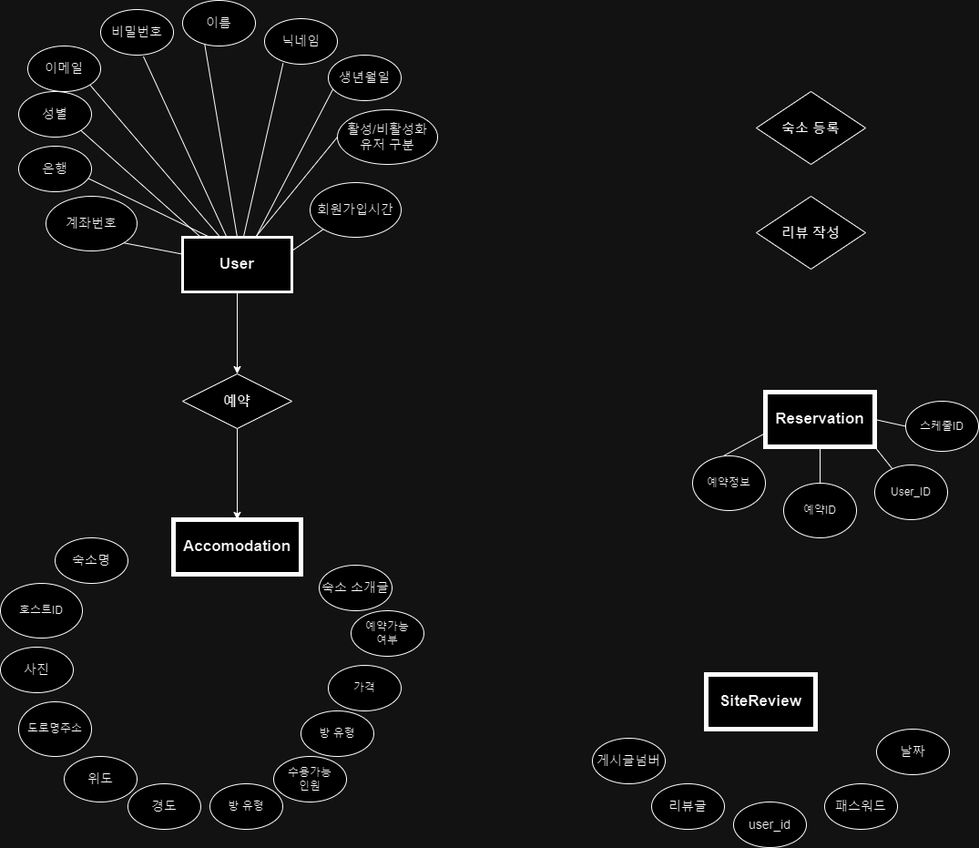
beyond-sw-camp/be02-1st-MTM-cityCamp keeps this draw.io diagram as campingOnTop.drawio.png. Above is the earlier version. Source tidied: cells renumbered, new cells last; positions are measured from the earlier drawing's top-left corner, leaving out a move shared by most shapes.
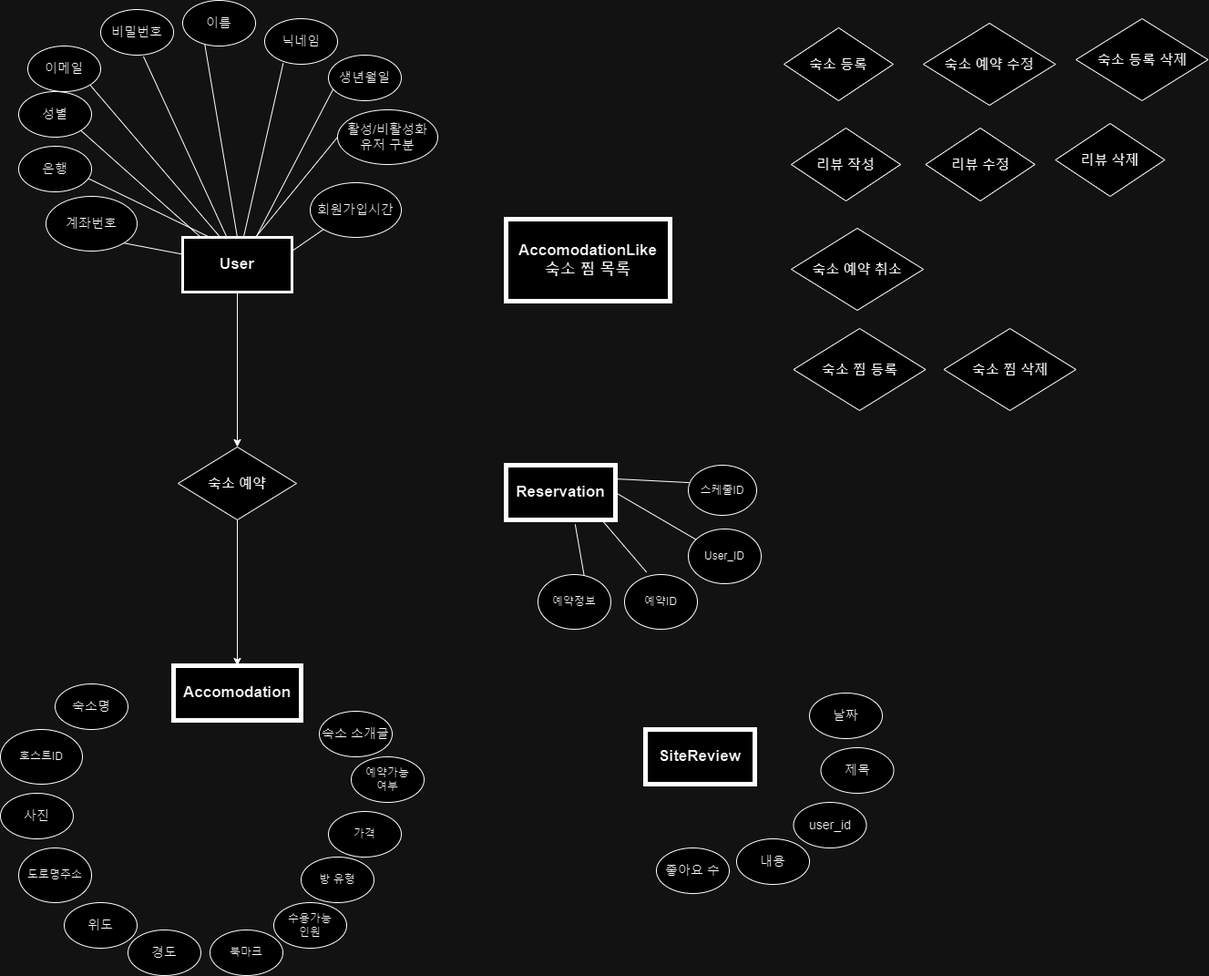
The same diagram one commit later.

The edit, as a diff of the source:
```diff
@@ -9,28 +9,28 @@
       <mxGeometry x="200" y="260" width="120" height="60" as="geometry" />
     </mxCell>
     <mxCell id="4" value="&lt;b&gt;&lt;font style=&quot;font-size: 17px;&quot;&gt;Reservation&lt;/font&gt;&lt;/b&gt;" style="rounded=0;whiteSpace=wrap;html=1;strokeWidth=5;" parent="1" vertex="1">
-      <mxGeometry x="840" y="430" width="120" height="60" as="geometry" />
+      <mxGeometry x="555" y="510" width="120" height="60" as="geometry" />
     </mxCell>
     <mxCell id="5" value="&lt;b&gt;&lt;font style=&quot;font-size: 17px;&quot;&gt;SiteReview&lt;br&gt;&lt;/font&gt;&lt;/b&gt;" style="rounded=0;whiteSpace=wrap;html=1;strokeWidth=5;" parent="1" vertex="1">
-      <mxGeometry x="775" y="740" width="120" height="60" as="geometry" />
+      <mxGeometry x="708" y="800" width="120" height="60" as="geometry" />
     </mxCell>
     <mxCell id="6" value="&lt;b&gt;&lt;font style=&quot;font-size: 15px;&quot;&gt;숙소 등록&lt;/font&gt;&lt;/b&gt;" style="rhombus;whiteSpace=wrap;html=1;" parent="1" vertex="1">
-      <mxGeometry x="830" y="100" width="120" height="80" as="geometry" />
+      <mxGeometry x="860" y="30" width="120" height="80" as="geometry" />
     </mxCell>
     <mxCell id="7" value="&lt;span style=&quot;font-size: 14px;&quot;&gt;숙소 소개글&lt;/span&gt;" style="ellipse;whiteSpace=wrap;html=1;" parent="1" vertex="1">
-      <mxGeometry x="350" y="620" width="80" height="50" as="geometry" />
+      <mxGeometry x="350" y="780" width="80" height="50" as="geometry" />
     </mxCell>
     <mxCell id="8" value="&lt;span style=&quot;font-size: 14px;&quot;&gt;사진&lt;br&gt;&lt;/span&gt;" style="ellipse;whiteSpace=wrap;html=1;" parent="1" vertex="1">
-      <mxGeometry y="710" width="80" height="50" as="geometry" />
+      <mxGeometry y="870" width="80" height="50" as="geometry" />
     </mxCell>
     <mxCell id="9" value="예약가능&lt;br&gt;여부" style="ellipse;whiteSpace=wrap;html=1;" parent="1" vertex="1">
-      <mxGeometry x="385" y="670" width="80" height="50" as="geometry" />
+      <mxGeometry x="385" y="830" width="80" height="50" as="geometry" />
     </mxCell>
     <mxCell id="10" value="가격" style="ellipse;whiteSpace=wrap;html=1;" parent="1" vertex="1">
-      <mxGeometry x="360" y="730" width="80" height="50" as="geometry" />
+      <mxGeometry x="360" y="890" width="80" height="50" as="geometry" />
     </mxCell>
     <mxCell id="11" value="User_ID" style="ellipse;whiteSpace=wrap;html=1;" parent="1" vertex="1">
-      <mxGeometry x="960" y="510" width="80" height="60" as="geometry" />
+      <mxGeometry x="755" y="580" width="80" height="60" as="geometry" />
     </mxCell>
     <mxCell id="12" style="endArrow=none;html=1;rounded=0;entryX=1;entryY=1;entryDx=0;entryDy=0;exitX=0.342;exitY=-0.006;exitDx=0;exitDy=0;exitPerimeter=0;" parent="1" edge="1" source="3" target="51">
       <mxGeometry relative="1" as="geometry" />
@@ -48,10 +48,10 @@
       <mxGeometry relative="1" as="geometry" />
     </mxCell>
     <mxCell id="17" value="예약ID" style="ellipse;whiteSpace=wrap;html=1;" parent="1" vertex="1">
-      <mxGeometry x="860" y="530" width="80" height="60" as="geometry" />
+      <mxGeometry x="685" y="630" width="80" height="60" as="geometry" />
     </mxCell>
     <mxCell id="18" value="&lt;span style=&quot;font-size: 14px;&quot;&gt;user_id&lt;/span&gt;" style="ellipse;whiteSpace=wrap;html=1;" parent="1" vertex="1">
-      <mxGeometry x="805" y="880" width="80" height="50" as="geometry" />
+      <mxGeometry x="870.5" y="880" width="80" height="50" as="geometry" />
     </mxCell>
     <mxCell id="19" value="&lt;font style=&quot;font-size: 14px;&quot;&gt;비밀번호&lt;/font&gt;" style="ellipse;whiteSpace=wrap;html=1;" parent="1" vertex="1">
       <mxGeometry x="110" y="10" width="80" height="50" as="geometry" />
@@ -59,16 +59,16 @@
     <mxCell id="20" style="edgeStyle=orthogonalEdgeStyle;rounded=0;jettySize=auto;html=1;entryX=0.5;entryY=0;entryDx=0;entryDy=0;" parent="1" edge="1" source="21" target="47">
       <mxGeometry relative="1" as="geometry" />
     </mxCell>
-    <mxCell id="21" value="&lt;b&gt;&lt;font style=&quot;font-size: 15px;&quot;&gt;예약&lt;/font&gt;&lt;/b&gt;" style="rhombus;whiteSpace=wrap;html=1;" parent="1" vertex="1">
-      <mxGeometry x="200" y="410" width="120" height="60" as="geometry" />
+    <mxCell id="21" value="&lt;b&gt;&lt;font style=&quot;font-size: 15px;&quot;&gt;숙소 예약&lt;/font&gt;&lt;/b&gt;" style="rhombus;whiteSpace=wrap;html=1;" parent="1" vertex="1">
+      <mxGeometry x="195" y="490" width="130" height="80" as="geometry" />
     </mxCell>
     <mxCell id="22" value="&lt;span style=&quot;font-size: 14px;&quot;&gt;활성/비활성화 &lt;br&gt;유저 구분&lt;/span&gt;" style="ellipse;whiteSpace=wrap;html=1;" parent="1" vertex="1">
       <mxGeometry x="370" y="120" width="110" height="60" as="geometry" />
     </mxCell>
     <mxCell id="23" value="&lt;font style=&quot;font-size: 14px;&quot;&gt;날짜&lt;/font&gt;" style="ellipse;whiteSpace=wrap;html=1;" parent="1" vertex="1">
-      <mxGeometry x="962" y="800" width="80" height="50" as="geometry" />
+      <mxGeometry x="888" y="760" width="80" height="50" as="geometry" />
     </mxCell>
-    <mxCell id="24" style="endArrow=none;html=1;rounded=0;exitX=1;exitY=0.5;exitDx=0;exitDy=0;entryX=0;entryY=0.5;entryDx=0;entryDy=0;" parent="1" edge="1" source="4" target="54">
+    <mxCell id="24" style="endArrow=none;html=1;rounded=0;exitX=1;exitY=0.25;exitDx=0;exitDy=0;entryX=0.015;entryY=0.347;entryDx=0;entryDy=0;entryPerimeter=0;" parent="1" edge="1" source="4" target="54">
       <mxGeometry relative="1" as="geometry" />
     </mxCell>
     <mxCell id="25" style="endArrow=none;html=1;rounded=0;entryX=0.588;entryY=1.033;entryDx=0;entryDy=0;entryPerimeter=0;exitX=0.403;exitY=-0.006;exitDx=0;exitDy=0;exitPerimeter=0;" parent="1" edge="1" source="3" target="19">
@@ -78,42 +78,39 @@
       <mxGeometry relative="1" as="geometry" />
     </mxCell>
     <mxCell id="27" value="&lt;font style=&quot;font-size: 15px;&quot;&gt;&lt;b&gt;리뷰 작성&lt;/b&gt;&lt;/font&gt;" style="rhombus;whiteSpace=wrap;html=1;" parent="1" vertex="1">
-      <mxGeometry x="830" y="215" width="120" height="80" as="geometry" />
+      <mxGeometry x="868" y="140" width="120" height="80" as="geometry" />
     </mxCell>
-    <mxCell id="28" style="endArrow=none;html=1;rounded=0;entryX=0.5;entryY=1;entryDx=0;entryDy=0;exitX=0.5;exitY=0;exitDx=0;exitDy=0;" parent="1" edge="1" source="17" target="4">
-      <mxGeometry relative="1" as="geometry" />
-    </mxCell>
     <mxCell id="29" value="&lt;span style=&quot;font-size: 14px;&quot;&gt;숙소명&lt;/span&gt;" style="ellipse;whiteSpace=wrap;html=1;" parent="1" vertex="1">
-      <mxGeometry x="60" y="590" width="80" height="50" as="geometry" />
+      <mxGeometry x="60" y="750" width="80" height="50" as="geometry" />
     </mxCell>
     <mxCell id="30" value="&lt;span style=&quot;font-size: 14px;&quot;&gt;경도&lt;br&gt;&lt;/span&gt;" style="ellipse;whiteSpace=wrap;html=1;" parent="1" vertex="1">
-      <mxGeometry x="140" y="860" width="80" height="50" as="geometry" />
+      <mxGeometry x="140" y="1020" width="80" height="50" as="geometry" />
     </mxCell>
     <mxCell id="31" value="도로명주소" style="ellipse;whiteSpace=wrap;html=1;" parent="1" vertex="1">
-      <mxGeometry x="20" y="770" width="80" height="60" as="geometry" />
+      <mxGeometry x="20" y="930" width="80" height="60" as="geometry" />
     </mxCell>
     <mxCell id="32" style="endArrow=none;html=1;rounded=0;entryX=0;entryY=0.5;entryDx=0;entryDy=0;" parent="1" edge="1" target="22">
       <mxGeometry relative="1" as="geometry">
         <mxPoint x="280" y="260" as="sourcePoint" />
       </mxGeometry>
     </mxCell>
-    <mxCell id="33" style="endArrow=none;html=1;rounded=0;entryX=1;entryY=1;entryDx=0;entryDy=0;" parent="1" edge="1" source="11" target="4">
+    <mxCell id="33" style="endArrow=none;html=1;rounded=0;entryX=1;entryY=0.5;entryDx=0;entryDy=0;" parent="1" edge="1" source="11" target="4">
       <mxGeometry relative="1" as="geometry" />
     </mxCell>
-    <mxCell id="34" value="&lt;span style=&quot;font-size: 14px;&quot;&gt;리뷰글&lt;/span&gt;" style="ellipse;whiteSpace=wrap;html=1;" parent="1" vertex="1">
-      <mxGeometry x="715" y="860" width="80" height="50" as="geometry" />
+    <mxCell id="34" value="&lt;span style=&quot;font-size: 14px;&quot;&gt;제목&lt;/span&gt;" style="ellipse;whiteSpace=wrap;html=1;" parent="1" vertex="1">
+      <mxGeometry x="900.5" y="820" width="80" height="50" as="geometry" />
     </mxCell>
     <mxCell id="35" value="&lt;font style=&quot;font-size: 14px;&quot;&gt;성별&lt;/font&gt;" style="ellipse;whiteSpace=wrap;html=1;" parent="1" vertex="1">
       <mxGeometry x="20" y="100" width="80" height="50" as="geometry" />
     </mxCell>
     <mxCell id="36" value="수용가능&lt;br&gt;인원" style="ellipse;whiteSpace=wrap;html=1;" parent="1" vertex="1">
-      <mxGeometry x="300" y="830" width="80" height="50" as="geometry" />
+      <mxGeometry x="300" y="990" width="80" height="50" as="geometry" />
     </mxCell>
     <mxCell id="37" value="&lt;span style=&quot;font-size: 14px;&quot;&gt;위도&lt;br&gt;&lt;/span&gt;" style="ellipse;whiteSpace=wrap;html=1;" parent="1" vertex="1">
-      <mxGeometry x="70" y="830" width="80" height="50" as="geometry" />
+      <mxGeometry x="70" y="990" width="80" height="50" as="geometry" />
     </mxCell>
-    <mxCell id="38" value="방 유형" style="ellipse;whiteSpace=wrap;html=1;" parent="1" vertex="1">
-      <mxGeometry x="230" y="860" width="80" height="50" as="geometry" />
+    <mxCell id="38" value="북마크" style="ellipse;whiteSpace=wrap;html=1;fontStyle=0;" parent="1" vertex="1">
+      <mxGeometry x="230" y="1020" width="80" height="50" as="geometry" />
     </mxCell>
     <mxCell id="39" value="&lt;font style=&quot;font-size: 14px;&quot;&gt;계좌번호&lt;/font&gt;" style="ellipse;whiteSpace=wrap;html=1;" parent="1" vertex="1">
       <mxGeometry x="50" y="215" width="100" height="60" as="geometry" />
@@ -121,33 +118,28 @@
     <mxCell id="40" value="&lt;font style=&quot;font-size: 14px;&quot;&gt;닉네임&lt;/font&gt;" style="ellipse;whiteSpace=wrap;html=1;" parent="1" vertex="1">
       <mxGeometry x="290" y="20" width="80" height="50" as="geometry" />
     </mxCell>
-    <mxCell id="41" style="endArrow=none;html=1;rounded=0;entryX=0;entryY=0.75;entryDx=0;entryDy=0;" parent="1" edge="1" target="4">
-      <mxGeometry relative="1" as="geometry">
-        <mxPoint x="794" y="500" as="sourcePoint" />
-      </mxGeometry>
+    <mxCell id="41" style="endArrow=none;html=1;rounded=0;entryX=0.632;entryY=1.082;entryDx=0;entryDy=0;entryPerimeter=0;exitX=0.636;exitY=0.04;exitDx=0;exitDy=0;exitPerimeter=0;" parent="1" edge="1" source="44" target="4">
+      <mxGeometry relative="1" as="geometry" />
     </mxCell>
-    <mxCell id="42" value="&lt;font style=&quot;font-size: 14px;&quot;&gt;게시글넘버&lt;br&gt;&lt;/font&gt;" style="ellipse;whiteSpace=wrap;html=1;" parent="1" vertex="1">
-      <mxGeometry x="650" y="810" width="80" height="50" as="geometry" />
+    <mxCell id="42" value="&lt;font style=&quot;font-size: 14px;&quot;&gt;내용&lt;br&gt;&lt;/font&gt;" style="ellipse;whiteSpace=wrap;html=1;" parent="1" vertex="1">
+      <mxGeometry x="808" y="920" width="80" height="50" as="geometry" />
     </mxCell>
     <mxCell id="43" value="방 유형" style="ellipse;whiteSpace=wrap;html=1;" parent="1" vertex="1">
-      <mxGeometry x="330" y="780" width="80" height="50" as="geometry" />
+      <mxGeometry x="330" y="940" width="80" height="50" as="geometry" />
     </mxCell>
     <mxCell id="44" value="예약정보" style="ellipse;whiteSpace=wrap;html=1;" parent="1" vertex="1">
-      <mxGeometry x="760" y="500" width="80" height="60" as="geometry" />
+      <mxGeometry x="590" y="630" width="80" height="60" as="geometry" />
     </mxCell>
-    <mxCell id="45" value="&lt;font style=&quot;font-size: 14px;&quot;&gt;패스워드&lt;/font&gt;" style="ellipse;whiteSpace=wrap;html=1;" parent="1" vertex="1">
-      <mxGeometry x="905" y="860" width="80" height="50" as="geometry" />
-    </mxCell>
     <mxCell id="46" style="endArrow=none;html=1;rounded=0;entryX=1;entryY=1;entryDx=0;entryDy=0;" parent="1" edge="1" target="35">
       <mxGeometry relative="1" as="geometry">
         <mxPoint x="220" y="260" as="sourcePoint" />
       </mxGeometry>
     </mxCell>
     <mxCell id="47" value="&lt;span style=&quot;font-size: 17px;&quot;&gt;&lt;b&gt;Accomodation&lt;/b&gt;&lt;/span&gt;" style="rounded=0;whiteSpace=wrap;html=1;strokeWidth=5;" parent="1" vertex="1">
-      <mxGeometry x="190" y="570" width="140" height="60" as="geometry" />
+      <mxGeometry x="190" y="730" width="140" height="60" as="geometry" />
     </mxCell>
     <mxCell id="48" value="호스트ID" style="ellipse;whiteSpace=wrap;html=1;" parent="1" vertex="1">
-      <mxGeometry y="640" width="90" height="60" as="geometry" />
+      <mxGeometry y="800" width="90" height="60" as="geometry" />
     </mxCell>
     <mxCell id="49" style="endArrow=none;html=1;rounded=0;entryX=0.254;entryY=0.98;entryDx=0;entryDy=0;entryPerimeter=0;" parent="1" edge="1" source="3" target="40">
       <mxGeometry relative="1" as="geometry" />
@@ -165,10 +157,42 @@
       <mxGeometry relative="1" as="geometry" />
     </mxCell>
     <mxCell id="54" value="스케줄ID" style="ellipse;whiteSpace=wrap;html=1;" parent="1" vertex="1">
-      <mxGeometry x="994" y="440" width="80" height="55" as="geometry" />
+      <mxGeometry x="755" y="510" width="75" height="55" as="geometry" />
     </mxCell>
     <mxCell id="55" value="&lt;font style=&quot;font-size: 14px;&quot;&gt;은행&lt;/font&gt;" style="ellipse;whiteSpace=wrap;html=1;" parent="1" vertex="1">
       <mxGeometry x="20" y="160" width="80" height="50" as="geometry" />
     </mxCell>
+    <mxCell id="56" value="&lt;span style=&quot;font-size: 17px;&quot;&gt;&lt;b&gt;AccomodationLike&lt;br&gt;숙소 찜 목록&lt;br&gt;&lt;/b&gt;&lt;/span&gt;" style="rounded=0;whiteSpace=wrap;html=1;strokeWidth=5;" parent="1" vertex="1">
+      <mxGeometry x="555" y="240" width="180" height="90" as="geometry" />
+    </mxCell>
+    <mxCell id="57" value="&lt;span style=&quot;font-size: 15px;&quot;&gt;&lt;b&gt;숙소 예약 취소&lt;/b&gt;&lt;/span&gt;" style="rhombus;whiteSpace=wrap;html=1;" parent="1" vertex="1">
+      <mxGeometry x="868" y="250" width="145" height="90" as="geometry" />
+    </mxCell>
+    <mxCell id="58" value="&lt;span style=&quot;font-size: 15px;&quot;&gt;&lt;b&gt;숙소 등록 삭제&lt;/b&gt;&lt;/span&gt;" style="rhombus;whiteSpace=wrap;html=1;" parent="1" vertex="1">
+      <mxGeometry x="1180.5" y="20" width="145" height="90" as="geometry" />
+    </mxCell>
+    <mxCell id="59" value="&lt;span style=&quot;font-size: 15px;&quot;&gt;&lt;b&gt;숙소 예약 수정&lt;/b&gt;&lt;/span&gt;" style="rhombus;whiteSpace=wrap;html=1;" parent="1" vertex="1">
+      <mxGeometry x="1013" y="25" width="145" height="90" as="geometry" />
+    </mxCell>
+    <mxCell id="60" value="&lt;font style=&quot;font-size: 15px;&quot;&gt;&lt;b&gt;리뷰 수정&lt;/b&gt;&lt;/font&gt;" style="rhombus;whiteSpace=wrap;html=1;" parent="1" vertex="1">
+      <mxGeometry x="1015.5" y="140" width="120" height="80" as="geometry" />
+    </mxCell>
+    <mxCell id="61" value="&lt;font style=&quot;font-size: 15px;&quot;&gt;&lt;b&gt;리뷰 삭제&lt;/b&gt;&lt;/font&gt;" style="rhombus;whiteSpace=wrap;html=1;" parent="1" vertex="1">
+      <mxGeometry x="1158" y="135" width="120" height="80" as="geometry" />
+    </mxCell>
+    <mxCell id="62" style="endArrow=none;html=1;rounded=0;entryX=1;entryY=0.5;entryDx=0;entryDy=0;exitX=0.302;exitY=-0.043;exitDx=0;exitDy=0;exitPerimeter=0;" parent="1" edge="1" source="17">
+      <mxGeometry relative="1" as="geometry">
+        <mxPoint x="660" y="570" as="targetPoint" />
+      </mxGeometry>
+    </mxCell>
+    <mxCell id="63" value="&lt;span style=&quot;font-size: 15px;&quot;&gt;&lt;b&gt;숙소 찜 등록&lt;/b&gt;&lt;/span&gt;" style="rhombus;whiteSpace=wrap;html=1;" parent="1" vertex="1">
+      <mxGeometry x="870.5" y="360" width="145" height="90" as="geometry" />
+    </mxCell>
+    <mxCell id="64" value="&lt;span style=&quot;font-size: 15px;&quot;&gt;&lt;b&gt;숙소 찜 삭제&lt;/b&gt;&lt;/span&gt;" style="rhombus;whiteSpace=wrap;html=1;" parent="1" vertex="1">
+      <mxGeometry x="1035.5" y="360" width="145" height="90" as="geometry" />
+    </mxCell>
+    <mxCell id="65" value="&lt;font style=&quot;font-size: 14px;&quot;&gt;좋아요 수&lt;br&gt;&lt;/font&gt;" style="ellipse;whiteSpace=wrap;html=1;" parent="1" vertex="1">
+      <mxGeometry x="720" y="930" width="80" height="50" as="geometry" />
+    </mxCell>
   </root>
 </mxGraphModel>
```
